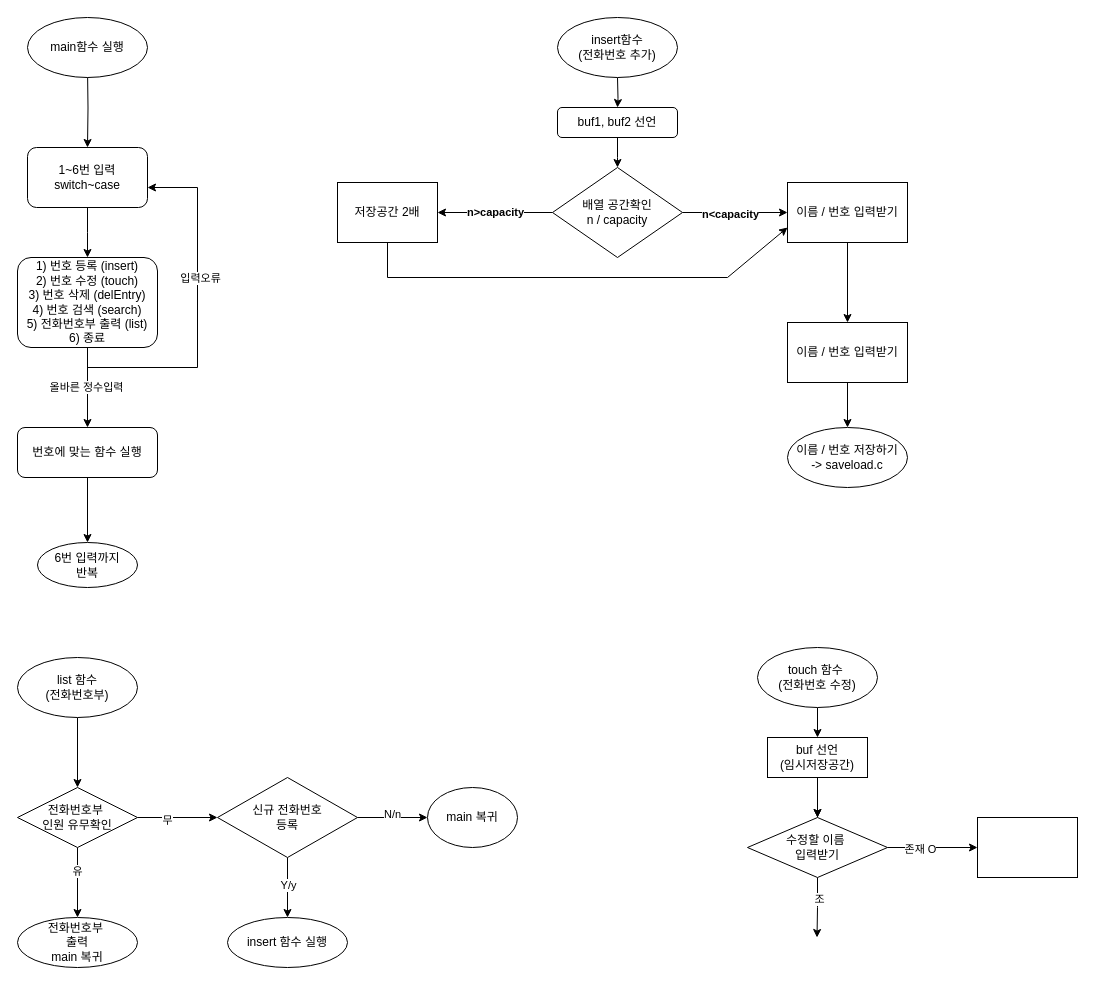
This is 1stProject_phonebook/202122404김표승 소프트웨어공학 1차프로젝트 전화번호부 코드 순서도.drawio from pyoseung74/202122404-2-2-software-engineering, a draw.io file, before an edit. Source tidied: cells renumbered, new cells numbered last; positions are measured from the earlier drawing's top-left corner, leaving out a move shared by most shapes. Both pictures are drawn from the tidied source at 100%, with x=0, y=0 at pixel (17, 17).
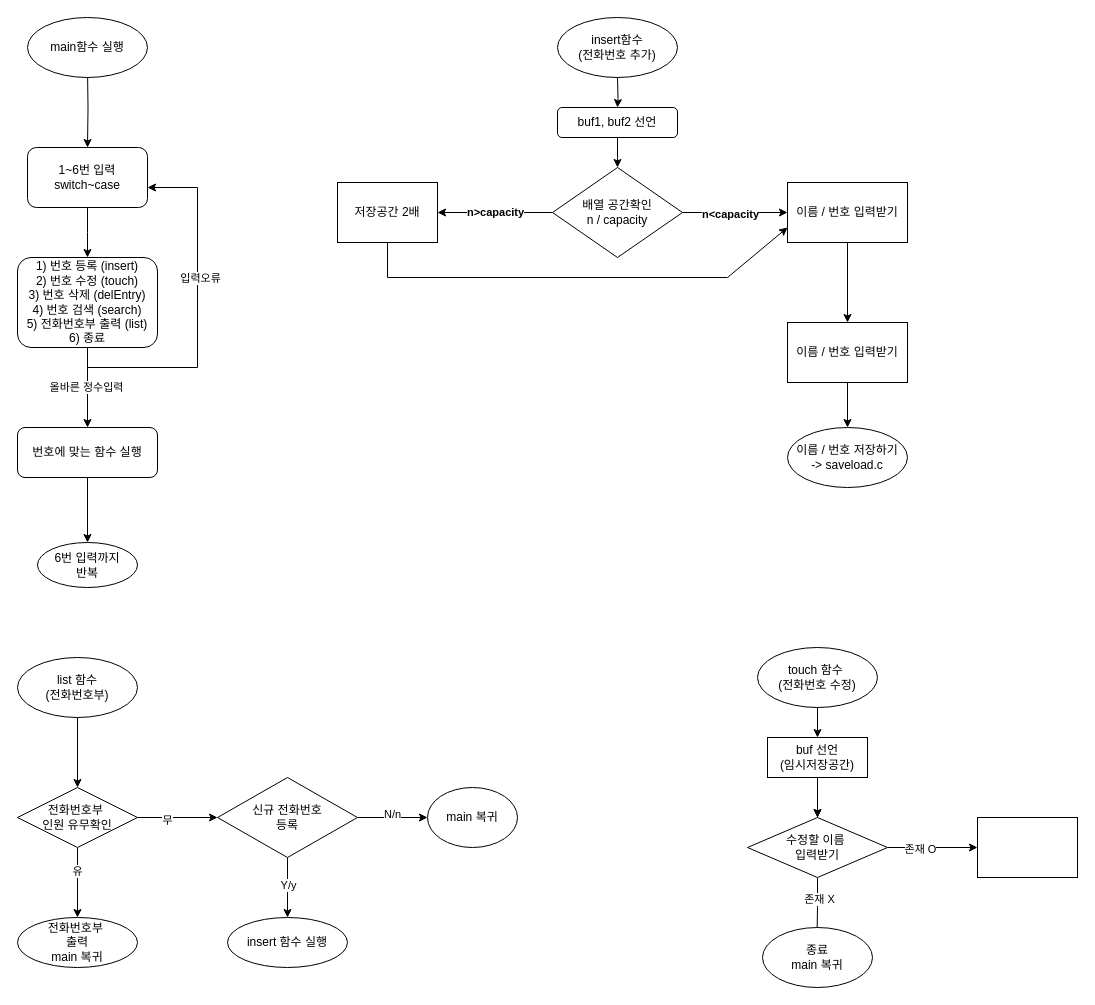
The same page after the edit.

Commit message:
202122404김표승 소프트웨어공학 1차프로젝트 전화번호부 코드 순서도.drawio 업데이트

Unchanged cells that the change refers to:
```xml
<mxCell id="53" style="edgeStyle=orthogonalEdgeStyle;rounded=0;jettySize=auto;html=1;exitX=0.5;exitY=1;exitDx=0;exitDy=0;" parent="1" edge="1" source="58">
  <mxGeometry relative="1" as="geometry">
    <mxPoint x="799.5" y="920" as="targetPoint" />
    <Array as="points">
      <mxPoint x="800" y="890" />
    </Array>
  </mxGeometry>
</mxCell>
```

Change to the diagram source:
```diff
@@
-    <mxCell id="54" value="조" style="edgeLabel;html=1;align=center;verticalAlign=middle;" parent="53" vertex="1">
+    <mxCell id="54" value="존재 X" style="edgeLabel;html=1;align=center;verticalAlign=middle;" parent="53" vertex="1">
       <mxGeometry x="-0.31" y="1" relative="1" as="geometry" />
     </mxCell>
@@
+    <mxCell id="60" value="종료&lt;div&gt;main 복귀&lt;/div&gt;" style="ellipse;whiteSpace=wrap;html=1;" parent="1" vertex="1">
+      <mxGeometry x="745" y="910" width="110" height="60" as="geometry" />
+    </mxCell>
```
